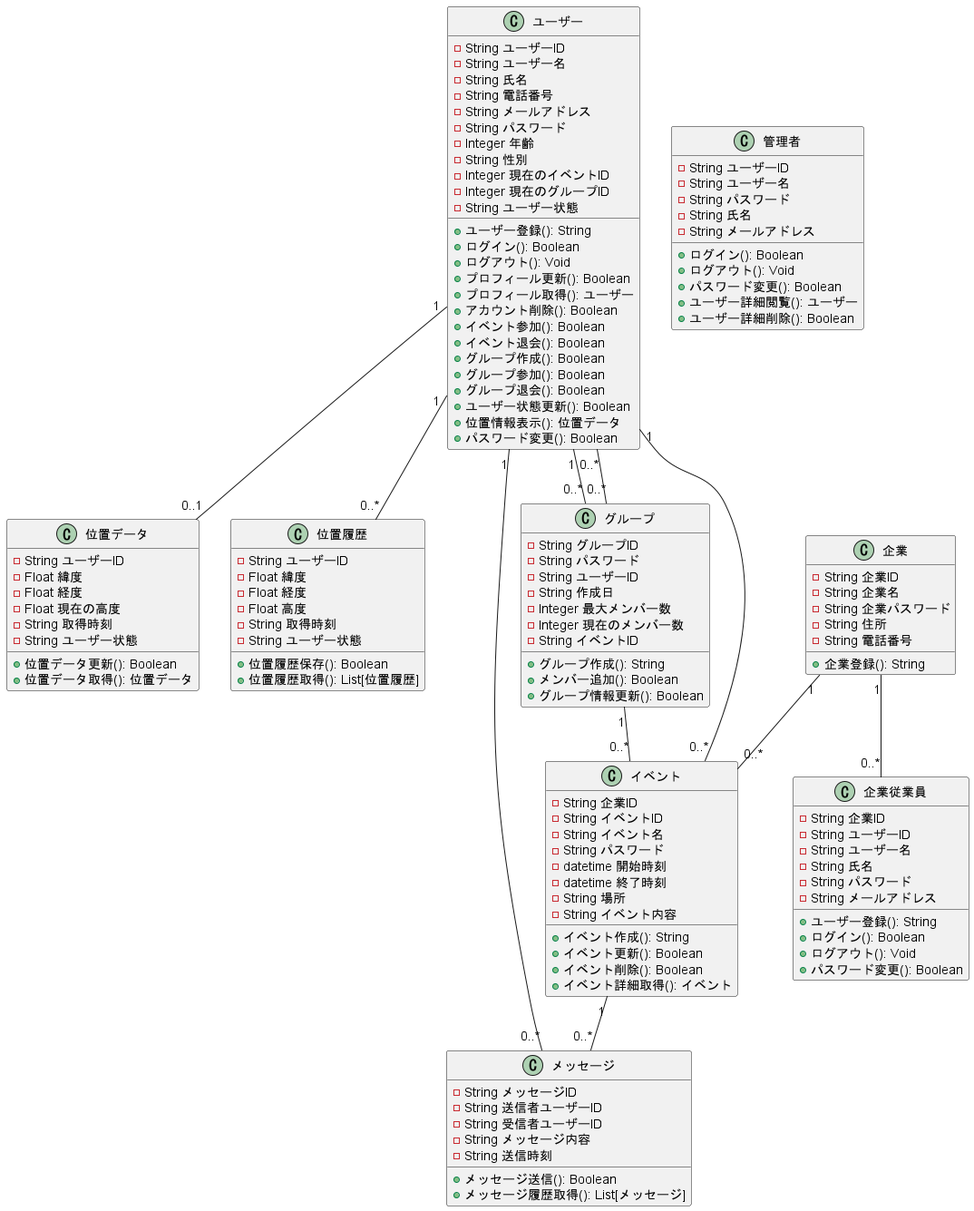
This is out/F_class_Japanese/F_class_Japanese.png from ksw2270227/GroupF, a PlantUML export, as it was before one commit.
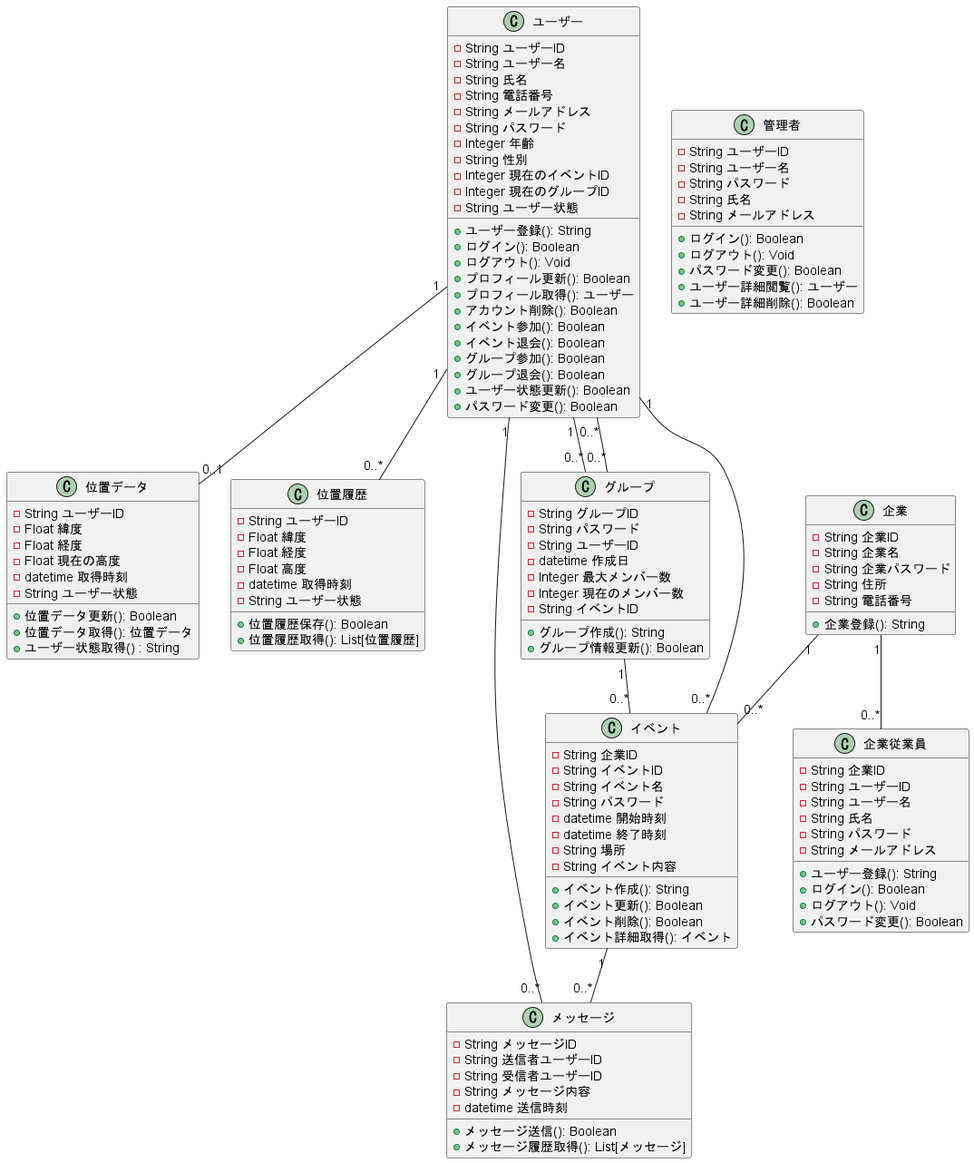
Later version of the same file.

Commit message:
someクラス図メソッド修正

The edit, as a diff of the source:
```diff
@@ -21,11 +21,9 @@
     + アカウント削除(): Boolean
     + イベント参加(): Boolean
     + イベント退会(): Boolean
-    + グループ作成(): Boolean
     + グループ参加(): Boolean
     + グループ退会(): Boolean
     + ユーザー状態更新(): Boolean
-    + 位置情報表示(): 位置データ
     + パスワード変更(): Boolean
 }
 
@@ -74,11 +72,12 @@
     - Float 緯度
     - Float 経度
     - Float 現在の高度
-    - String 取得時刻
+    - datetime 取得時刻
     - String ユーザー状態
 
     + 位置データ更新(): Boolean
     + 位置データ取得(): 位置データ
+    + ユーザー状態取得() : String
 }
 
 class 位置履歴 {
@@ -86,7 +85,7 @@
     - Float 緯度
     - Float 経度
     - Float 高度
-    - String 取得時刻
+    - datetime 取得時刻
     - String ユーザー状態
 
     + 位置履歴保存(): Boolean
@@ -98,7 +97,7 @@
     - String 送信者ユーザーID
     - String 受信者ユーザーID
     - String メッセージ内容
-    - String 送信時刻
+    - datetime 送信時刻
 
     + メッセージ送信(): Boolean
     + メッセージ履歴取得(): List[メッセージ]
@@ -108,13 +107,12 @@
     - String グループID
     - String パスワード
     - String ユーザーID
-    - String 作成日
+    - datetime 作成日
     - Integer 最大メンバー数
     - Integer 現在のメンバー数
     - String イベントID
 
     + グループ作成(): String
-    + メンバー追加(): Boolean
     + グループ情報更新(): Boolean
 }
 
```
